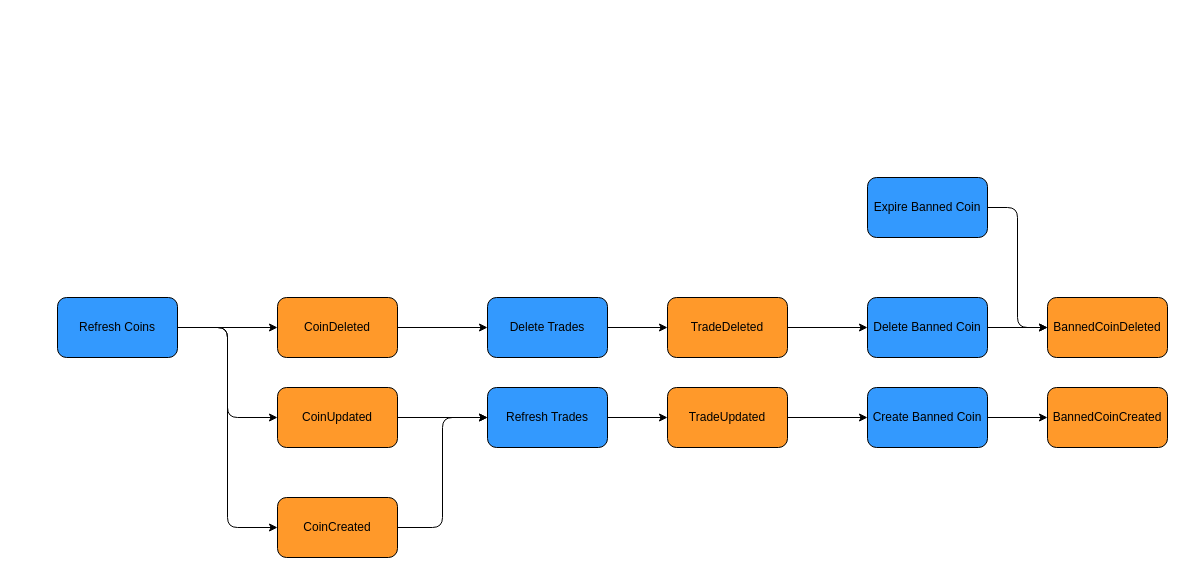
This is docs/eventstorming.drawio from biosvos/coin-cache-service, a draw.io file, before an edit. Source tidied: cells renumbered, new cells numbered last; positions are measured from the earlier drawing's top-left corner, leaving out a move shared by most shapes. Both pictures are drawn from the tidied source at 100%, with x=0, y=0 at pixel (57, 177).
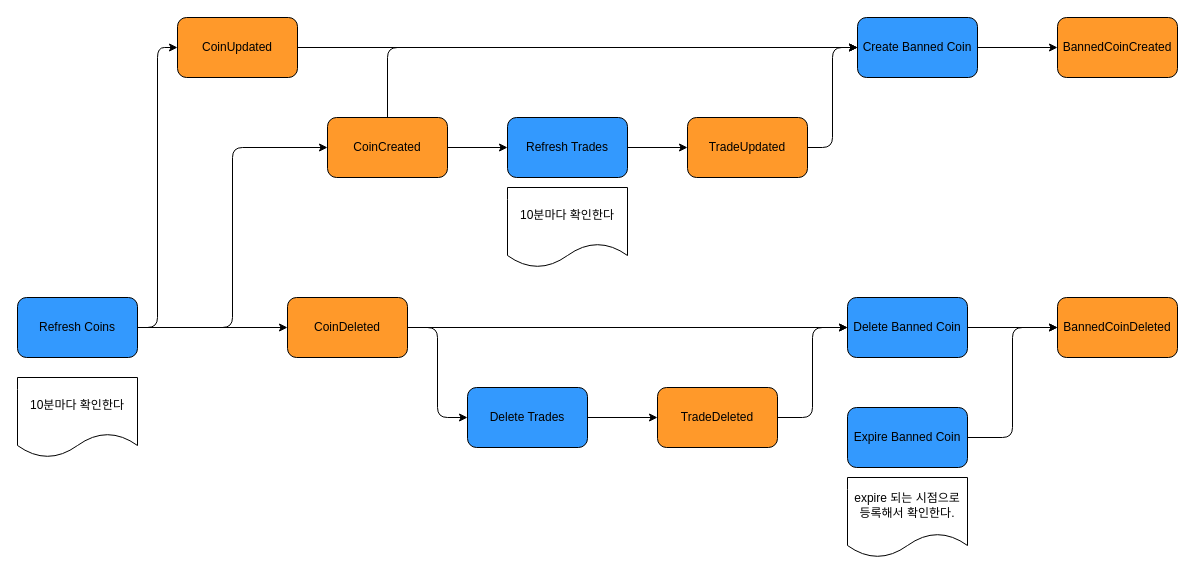
After the change.

Commit message:
update event storming

What changed in the source:
```diff
@@
     <mxCell id="5" value="Refresh Coins" style="rounded=1;whiteSpace=wrap;html=1;fillColor=#3399fe;fontColor=#000000;" parent="1" vertex="1">
-      <mxGeometry y="120" width="120" height="60" as="geometry" />
+      <mxGeometry x="-40" y="120" width="120" height="60" as="geometry" />
     </mxCell>
@@
+    <mxCell id="28" style="edgeStyle=orthogonalEdgeStyle;jumpStyle=arc;html=1;exitX=0.5;exitY=0;exitDx=0;exitDy=0;entryX=0;entryY=0.5;entryDx=0;entryDy=0;" parent="1" edge="1" source="7" target="23">
+      <mxGeometry relative="1" as="geometry" />
+    </mxCell>
     <mxCell id="7" value="CoinCreated" style="rounded=1;whiteSpace=wrap;html=1;fillColor=#ff992a;fontColor=#000000;" parent="1" vertex="1">
-      <mxGeometry x="220" y="320" width="120" height="60" as="geometry" />
+      <mxGeometry x="270" y="-60" width="120" height="60" as="geometry" />
     </mxCell>
@@
+    <mxCell id="29" style="edgeStyle=orthogonalEdgeStyle;html=1;exitX=1;exitY=0.5;exitDx=0;exitDy=0;entryX=0;entryY=0.5;entryDx=0;entryDy=0;jumpStyle=arc;" parent="1" edge="1" source="9" target="27">
+      <mxGeometry relative="1" as="geometry" />
+    </mxCell>
     <mxCell id="9" value="CoinDeleted" style="rounded=1;whiteSpace=wrap;html=1;fillColor=#ff992a;fontColor=#000000;" parent="1" vertex="1">
-      <mxGeometry x="220" y="120" width="120" height="60" as="geometry" />
+      <mxGeometry x="230" y="120" width="120" height="60" as="geometry" />
     </mxCell>
@@
     <mxCell id="11" value="Refresh Trades" style="rounded=1;whiteSpace=wrap;html=1;fillColor=#3399fe;fontColor=#000000;" parent="1" vertex="1">
-      <mxGeometry x="430" y="210" width="120" height="60" as="geometry" />
+      <mxGeometry x="450" y="-60" width="120" height="60" as="geometry" />
     </mxCell>
@@
     <mxCell id="13" value="TradeUpdated" style="rounded=1;whiteSpace=wrap;html=1;fillColor=#ff992a;fontColor=#000000;" parent="1" vertex="1">
-      <mxGeometry x="610" y="210" width="120" height="60" as="geometry" />
+      <mxGeometry x="630" y="-60" width="120" height="60" as="geometry" />
     </mxCell>
-    <mxCell id="14" style="edgeStyle=orthogonalEdgeStyle;rounded=1;jumpStyle=arc;html=1;strokeColor=default;entryX=0;entryY=0.5;entryDx=0;entryDy=0;exitX=1;exitY=0.5;exitDx=0;exitDy=0;" parent="1" edge="1" source="15" target="11">
-      <mxGeometry relative="1" as="geometry" />
-    </mxCell>
+    <mxCell id="30" style="edgeStyle=orthogonalEdgeStyle;jumpStyle=arc;html=1;exitX=1;exitY=0.5;exitDx=0;exitDy=0;entryX=0;entryY=0.5;entryDx=0;entryDy=0;" parent="1" edge="1" source="15" target="23">
+      <mxGeometry relative="1" as="geometry" />
+    </mxCell>
     <mxCell id="15" value="CoinUpdated" style="rounded=1;whiteSpace=wrap;html=1;fillColor=#ff992a;fontColor=#000000;" parent="1" vertex="1">
-      <mxGeometry x="220" y="210" width="120" height="60" as="geometry" />
+      <mxGeometry x="120" y="-160" width="120" height="60" as="geometry" />
     </mxCell>
@@
     <mxCell id="17" value="Delete Trades" style="rounded=1;whiteSpace=wrap;html=1;fillColor=#3399fe;fontColor=#000000;" parent="1" vertex="1">
-      <mxGeometry x="430" y="120" width="120" height="60" as="geometry" />
+      <mxGeometry x="410" y="210" width="120" height="60" as="geometry" />
     </mxCell>
@@
     <mxCell id="19" value="TradeDeleted" style="rounded=1;whiteSpace=wrap;html=1;fillColor=#ff992a;fontColor=#000000;" parent="1" vertex="1">
-      <mxGeometry x="610" y="120" width="120" height="60" as="geometry" />
+      <mxGeometry x="600" y="210" width="120" height="60" as="geometry" />
     </mxCell>
@@
     <mxCell id="21" value="Expire Banned Coin" style="rounded=1;whiteSpace=wrap;html=1;fillColor=#3399fe;fontColor=#000000;" parent="1" vertex="1">
-      <mxGeometry x="810" width="120" height="60" as="geometry" />
+      <mxGeometry x="790" y="230" width="120" height="60" as="geometry" />
     </mxCell>
@@
     <mxCell id="23" value="Create Banned Coin" style="rounded=1;whiteSpace=wrap;html=1;fillColor=#3399fe;fontColor=#000000;" parent="1" vertex="1">
-      <mxGeometry x="810" y="210" width="120" height="60" as="geometry" />
+      <mxGeometry x="800" y="-160" width="120" height="60" as="geometry" />
     </mxCell>
     <mxCell id="24" value="BannedCoinCreated" style="rounded=1;whiteSpace=wrap;html=1;fillColor=#ff992a;fontColor=#000000;" parent="1" vertex="1">
-      <mxGeometry x="990" y="210" width="120" height="60" as="geometry" />
+      <mxGeometry x="1000" y="-160" width="120" height="60" as="geometry" />
     </mxCell>
     <mxCell id="25" value="BannedCoinDeleted" style="rounded=1;whiteSpace=wrap;html=1;fillColor=#ff992a;fontColor=#000000;" parent="1" vertex="1">
-      <mxGeometry x="990" y="120" width="120" height="60" as="geometry" />
+      <mxGeometry x="1000" y="120" width="120" height="60" as="geometry" />
     </mxCell>
@@
     <mxCell id="27" value="Delete Banned Coin" style="rounded=1;whiteSpace=wrap;html=1;fillColor=#3399fe;fontColor=#000000;" parent="1" vertex="1">
-      <mxGeometry x="810" y="120" width="120" height="60" as="geometry" />
+      <mxGeometry x="790" y="120" width="120" height="60" as="geometry" />
     </mxCell>
+    <mxCell id="31" value="10분마다 확인한다" style="shape=document;whiteSpace=wrap;html=1;boundedLbl=1;" parent="1" vertex="1">
+      <mxGeometry x="-40" y="200" width="120" height="80" as="geometry" />
+    </mxCell>
+    <mxCell id="32" value="expire 되는 시점으로 등록해서 확인한다." style="shape=document;whiteSpace=wrap;html=1;boundedLbl=1;" parent="1" vertex="1">
+      <mxGeometry x="790" y="300" width="120" height="80" as="geometry" />
+    </mxCell>
+    <mxCell id="33" value="10분마다 확인한다" style="shape=document;whiteSpace=wrap;html=1;boundedLbl=1;" parent="1" vertex="1">
+      <mxGeometry x="450" y="10" width="120" height="80" as="geometry" />
+    </mxCell>
```
